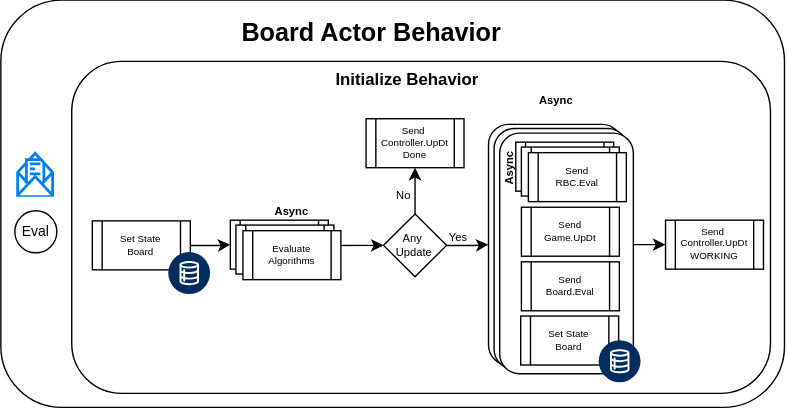
Earlier version of the draw.io export docs/diagrams/BoardActor.svg (sunlao/py_sudoku_solver). Source tidied: cells renumbered, new cells last; positions are measured from the earlier drawing's top-left corner, leaving out a move shared by most shapes. Its diagram source:
```xml
<mxGraphModel>
  <root>
    <mxCell id="0" />
    <mxCell id="1" parent="0" />
    <mxCell id="2" style="rounded=1;whiteSpace=wrap;html=1;" parent="1" vertex="1">
      <mxGeometry width="560" height="291" as="geometry" />
    </mxCell>
    <mxCell id="3" style="rounded=1;whiteSpace=wrap;html=1;" parent="1" vertex="1">
      <mxGeometry x="50.7" y="43.8" width="499.4" height="237.2" as="geometry" />
    </mxCell>
    <mxCell id="4" style="edgeStyle=orthogonalEdgeStyle;rounded=0;jettySize=auto;html=1;entryX=0;entryY=0.5;entryDx=0;entryDy=0;" parent="1" edge="1" source="5" target="19">
      <mxGeometry relative="1" as="geometry" />
    </mxCell>
    <mxCell id="5" style="rounded=1;whiteSpace=wrap;html=1;" parent="1" vertex="1">
      <mxGeometry x="348.5" y="88.8" width="95.5" height="172" as="geometry" />
    </mxCell>
    <mxCell id="6" style="rounded=1;whiteSpace=wrap;html=1;" parent="1" vertex="1">
      <mxGeometry x="352.5" y="91.8" width="95.5" height="172" as="geometry" />
    </mxCell>
    <mxCell id="7" style="rounded=1;whiteSpace=wrap;html=1;" parent="1" vertex="1">
      <mxGeometry x="356.5" y="95" width="95.5" height="172" as="geometry" />
    </mxCell>
    <mxCell id="8" value="Eval" style="ellipse;whiteSpace=wrap;html=1;fontSize=10;" parent="1" vertex="1">
      <mxGeometry x="10" y="150.6" width="30" height="30" as="geometry" />
    </mxCell>
    <mxCell id="9" style="html=1;verticalLabelPosition=bottom;align=center;labelBackgroundColor=#ffffff;verticalAlign=top;strokeWidth=2;strokeColor=#0080F0;shadow=0;dashed=0;shape=mxgraph.ios7.icons.envelope_(message);" parent="1" vertex="1">
      <mxGeometry x="12.5" y="110" width="25" height="30" as="geometry" />
    </mxCell>
    <mxCell id="10" style="edgeStyle=orthogonalEdgeStyle;rounded=0;jettySize=auto;html=1;entryX=0;entryY=0.5;entryDx=0;entryDy=0;" parent="1" edge="1" source="11" target="30">
      <mxGeometry relative="1" as="geometry" />
    </mxCell>
    <mxCell id="11" value="Set State&lt;div&gt;Board&lt;/div&gt;" style="shape=process;whiteSpace=wrap;html=1;backgroundOutline=1;fontSize=7;" parent="1" vertex="1">
      <mxGeometry x="65.4" y="157.8" width="70" height="35" as="geometry" />
    </mxCell>
    <mxCell id="12" value="Initialize Behavior" style="text;html=1;whiteSpace=wrap;strokeColor=none;fillColor=none;align=center;verticalAlign=middle;rounded=0;fontStyle=1;" parent="1" vertex="1">
      <mxGeometry x="49.9" y="42.8" width="481" height="30" as="geometry" />
    </mxCell>
    <mxCell id="13" style="edgeStyle=orthogonalEdgeStyle;rounded=0;jettySize=auto;html=1;entryX=0;entryY=0.5;entryDx=0;entryDy=0;" parent="1" edge="1" target="17">
      <mxGeometry relative="1" as="geometry">
        <mxPoint x="232.5" y="175.3" as="sourcePoint" />
      </mxGeometry>
    </mxCell>
    <mxCell id="14" value="Async" style="text;html=1;whiteSpace=wrap;strokeColor=none;fillColor=none;align=center;verticalAlign=middle;rounded=0;fontSize=8;fontStyle=1;" parent="1" vertex="1">
      <mxGeometry x="387" y="65.2" width="20" height="12.5" as="geometry" />
    </mxCell>
    <mxCell id="15" style="edgeStyle=orthogonalEdgeStyle;rounded=0;jettySize=auto;html=1;entryX=0;entryY=0.5;entryDx=0;entryDy=0;" parent="1" edge="1" source="17" target="5">
      <mxGeometry relative="1" as="geometry" />
    </mxCell>
    <mxCell id="16" style="edgeStyle=orthogonalEdgeStyle;rounded=0;jettySize=auto;html=1;entryX=0.5;entryY=1;entryDx=0;entryDy=0;" parent="1" edge="1" source="17" target="28">
      <mxGeometry relative="1" as="geometry" />
    </mxCell>
    <mxCell id="17" value="Any&amp;nbsp;&lt;div&gt;Update&lt;/div&gt;" style="rhombus;whiteSpace=wrap;html=1;fontSize=8;" parent="1" vertex="1">
      <mxGeometry x="273.5" y="152.8" width="45" height="45" as="geometry" />
    </mxCell>
    <mxCell id="18" value="Send&lt;br&gt;Game.UpDt" style="shape=process;whiteSpace=wrap;html=1;backgroundOutline=1;fontSize=7;" parent="1" vertex="1">
      <mxGeometry x="372" y="148" width="70" height="35" as="geometry" />
    </mxCell>
    <mxCell id="19" value="Send&amp;nbsp;&lt;div&gt;Controller.UpDt&lt;/div&gt;&lt;div&gt;WORKING&lt;/div&gt;" style="shape=process;whiteSpace=wrap;html=1;backgroundOutline=1;fontSize=7;" parent="1" vertex="1">
      <mxGeometry x="475" y="157.2" width="70" height="35" as="geometry" />
    </mxCell>
    <mxCell id="20" value="Async" style="text;html=1;whiteSpace=wrap;strokeColor=none;fillColor=none;align=center;verticalAlign=middle;rounded=0;fontSize=8;fontStyle=1;horizontal=0;" parent="1" vertex="1">
      <mxGeometry x="352.9" y="114.8" width="20" height="12.5" as="geometry" />
    </mxCell>
    <mxCell id="21" value="Set State&lt;div&gt;Board&lt;/div&gt;" style="shape=process;whiteSpace=wrap;html=1;backgroundOutline=1;fontSize=7;" parent="1" vertex="1">
      <mxGeometry x="371.5" y="225.8" width="70" height="35" as="geometry" />
    </mxCell>
    <mxCell id="22" value="Yes" style="text;html=1;whiteSpace=wrap;strokeColor=none;fillColor=none;align=center;verticalAlign=middle;rounded=0;fontSize=8;" parent="1" vertex="1">
      <mxGeometry x="317.5" y="163.5" width="20" height="12.5" as="geometry" />
    </mxCell>
    <mxCell id="23" value="No" style="text;html=1;whiteSpace=wrap;strokeColor=none;fillColor=none;align=center;verticalAlign=middle;rounded=0;fontSize=8;" parent="1" vertex="1">
      <mxGeometry x="278" y="133.2" width="20" height="12.5" as="geometry" />
    </mxCell>
    <mxCell id="24" value="Board Actor Behavior" style="text;html=1;whiteSpace=wrap;strokeColor=none;fillColor=none;align=center;verticalAlign=middle;rounded=0;fontStyle=1;fontSize=18;" parent="1" vertex="1">
      <mxGeometry y="10" width="529.8" height="27" as="geometry" />
    </mxCell>
    <mxCell id="25" style="verticalLabelPosition=bottom;html=1;shape=mxgraph.salesforce.data2;fillColorStyles=fillColor2,fillColor3;fillColor2=#032d60;fillColor3=#ffffff;fillColor=none;strokeColor=none;" parent="1" vertex="1">
      <mxGeometry x="427.7" y="243.6" width="30" height="30" as="geometry" />
    </mxCell>
    <mxCell id="26" style="verticalLabelPosition=bottom;html=1;shape=mxgraph.salesforce.data2;fillColorStyles=fillColor2,fillColor3;fillColor2=#032d60;fillColor3=#ffffff;fillColor=none;strokeColor=none;" parent="1" vertex="1">
      <mxGeometry x="120.1" y="180.6" width="30" height="30" as="geometry" />
    </mxCell>
    <mxCell id="27" value="Send&lt;br&gt;Board.Eval" style="shape=process;whiteSpace=wrap;html=1;backgroundOutline=1;fontSize=7;" parent="1" vertex="1">
      <mxGeometry x="372" y="187" width="70" height="35" as="geometry" />
    </mxCell>
    <mxCell id="28" value="Send&amp;nbsp;&lt;div&gt;Controller.UpDt&lt;/div&gt;&lt;div&gt;Done&lt;/div&gt;" style="shape=process;whiteSpace=wrap;html=1;backgroundOutline=1;fontSize=7;" parent="1" vertex="1">
      <mxGeometry x="261" y="84.8" width="70" height="35" as="geometry" />
    </mxCell>
    <mxCell id="29" value="Async" style="text;html=1;whiteSpace=wrap;strokeColor=none;fillColor=none;align=center;verticalAlign=middle;rounded=0;fontSize=8;fontStyle=1;" parent="1" vertex="1">
      <mxGeometry x="198" y="144.8" width="20" height="12.5" as="geometry" />
    </mxCell>
    <mxCell id="30" style="shape=process;whiteSpace=wrap;html=1;backgroundOutline=1;fontSize=7;" parent="1" vertex="1">
      <mxGeometry x="164" y="157.2" width="70" height="35" as="geometry" />
    </mxCell>
    <mxCell id="31" style="shape=process;whiteSpace=wrap;html=1;backgroundOutline=1;fontSize=7;" parent="1" vertex="1">
      <mxGeometry x="168" y="160.8" width="70" height="35" as="geometry" />
    </mxCell>
    <mxCell id="32" value="Evaluate&lt;div&gt;Algorithms&lt;/div&gt;" style="shape=process;whiteSpace=wrap;html=1;backgroundOutline=1;fontSize=7;" parent="1" vertex="1">
      <mxGeometry x="173" y="164.8" width="70" height="35" as="geometry" />
    </mxCell>
    <mxCell id="33" style="shape=process;whiteSpace=wrap;html=1;backgroundOutline=1;fontSize=7;" parent="1" vertex="1">
      <mxGeometry x="368" y="101.5" width="70" height="35" as="geometry" />
    </mxCell>
    <mxCell id="34" style="shape=process;whiteSpace=wrap;html=1;backgroundOutline=1;fontSize=7;" parent="1" vertex="1">
      <mxGeometry x="372" y="105" width="70" height="35" as="geometry" />
    </mxCell>
    <mxCell id="35" value="Send&lt;br&gt;RBC.Eval" style="shape=process;whiteSpace=wrap;html=1;backgroundOutline=1;fontSize=7;" parent="1" vertex="1">
      <mxGeometry x="377" y="109" width="70" height="35" as="geometry" />
    </mxCell>
  </root>
</mxGraphModel>
```
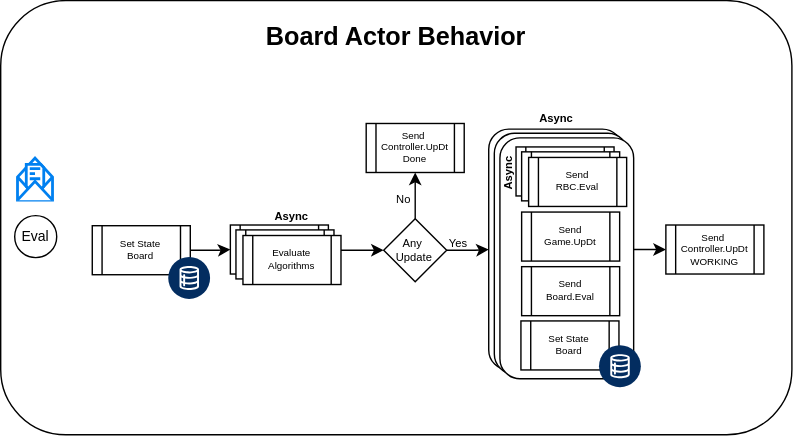
Later version of the same file.

Change to the diagram source:
```diff
@@ -2,12 +2,9 @@
   <root>
     <mxCell id="0" />
     <mxCell id="1" parent="0" />
-    <mxCell id="2" style="rounded=1;whiteSpace=wrap;html=1;" parent="1" vertex="1">
-      <mxGeometry width="560" height="291" as="geometry" />
-    </mxCell>
-    <mxCell id="3" style="rounded=1;whiteSpace=wrap;html=1;" parent="1" vertex="1">
-      <mxGeometry x="50.7" y="43.8" width="499.4" height="237.2" as="geometry" />
-    </mxCell>
+    <mxCell id="36" style="rounded=1;whiteSpace=wrap;html=1;" parent="1" vertex="1">
+      <mxGeometry y="-3" width="565" height="310" as="geometry" />
+    </mxCell>
     <mxCell id="4" style="edgeStyle=orthogonalEdgeStyle;rounded=0;jettySize=auto;html=1;entryX=0;entryY=0.5;entryDx=0;entryDy=0;" parent="1" edge="1" source="5" target="19">
       <mxGeometry relative="1" as="geometry" />
     </mxCell>
@@ -32,16 +29,13 @@
     <mxCell id="11" value="Set State&lt;div&gt;Board&lt;/div&gt;" style="shape=process;whiteSpace=wrap;html=1;backgroundOutline=1;fontSize=7;" parent="1" vertex="1">
       <mxGeometry x="65.4" y="157.8" width="70" height="35" as="geometry" />
     </mxCell>
-    <mxCell id="12" value="Initialize Behavior" style="text;html=1;whiteSpace=wrap;strokeColor=none;fillColor=none;align=center;verticalAlign=middle;rounded=0;fontStyle=1;" parent="1" vertex="1">
-      <mxGeometry x="49.9" y="42.8" width="481" height="30" as="geometry" />
-    </mxCell>
     <mxCell id="13" style="edgeStyle=orthogonalEdgeStyle;rounded=0;jettySize=auto;html=1;entryX=0;entryY=0.5;entryDx=0;entryDy=0;" parent="1" edge="1" target="17">
       <mxGeometry relative="1" as="geometry">
         <mxPoint x="232.5" y="175.3" as="sourcePoint" />
       </mxGeometry>
     </mxCell>
     <mxCell id="14" value="Async" style="text;html=1;whiteSpace=wrap;strokeColor=none;fillColor=none;align=center;verticalAlign=middle;rounded=0;fontSize=8;fontStyle=1;" parent="1" vertex="1">
-      <mxGeometry x="387" y="65.2" width="20" height="12.5" as="geometry" />
+      <mxGeometry x="387" y="75.2" width="20" height="12.5" as="geometry" />
     </mxCell>
     <mxCell id="15" style="edgeStyle=orthogonalEdgeStyle;rounded=0;jettySize=auto;html=1;entryX=0;entryY=0.5;entryDx=0;entryDy=0;" parent="1" edge="1" source="17" target="5">
       <mxGeometry relative="1" as="geometry" />
@@ -71,7 +65,7 @@
       <mxGeometry x="278" y="133.2" width="20" height="12.5" as="geometry" />
     </mxCell>
     <mxCell id="24" value="Board Actor Behavior" style="text;html=1;whiteSpace=wrap;strokeColor=none;fillColor=none;align=center;verticalAlign=middle;rounded=0;fontStyle=1;fontSize=18;" parent="1" vertex="1">
-      <mxGeometry y="10" width="529.8" height="27" as="geometry" />
+      <mxGeometry y="10" width="565" height="27" as="geometry" />
     </mxCell>
     <mxCell id="25" style="verticalLabelPosition=bottom;html=1;shape=mxgraph.salesforce.data2;fillColorStyles=fillColor2,fillColor3;fillColor2=#032d60;fillColor3=#ffffff;fillColor=none;strokeColor=none;" parent="1" vertex="1">
       <mxGeometry x="427.7" y="243.6" width="30" height="30" as="geometry" />
```
